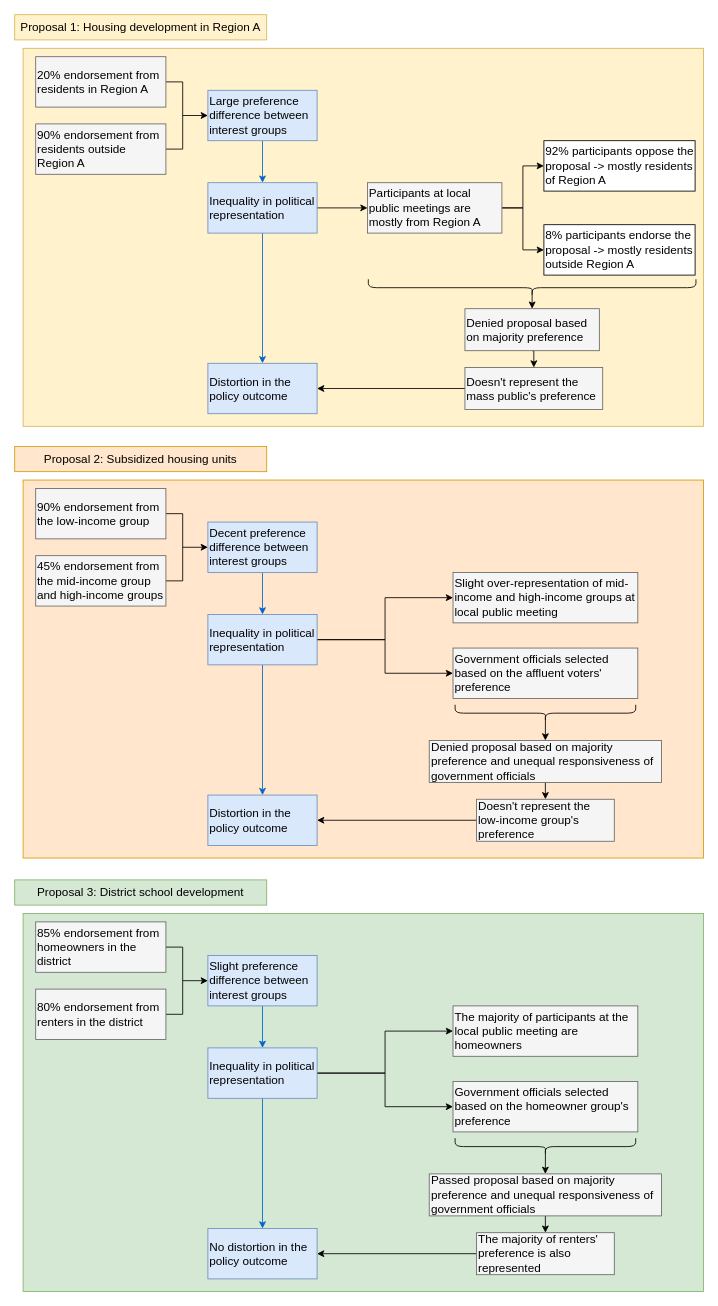
Earlier version of the draw.io diagram situations.drawio (changgge/changgge). Source tidied: cells renumbered, new cells numbered last; positions are measured from the earlier drawing's top-left corner, leaving out a move shared by most shapes. Both pictures are drawn from the tidied source at 84%, with x=0, y=0 at pixel (14, 14).
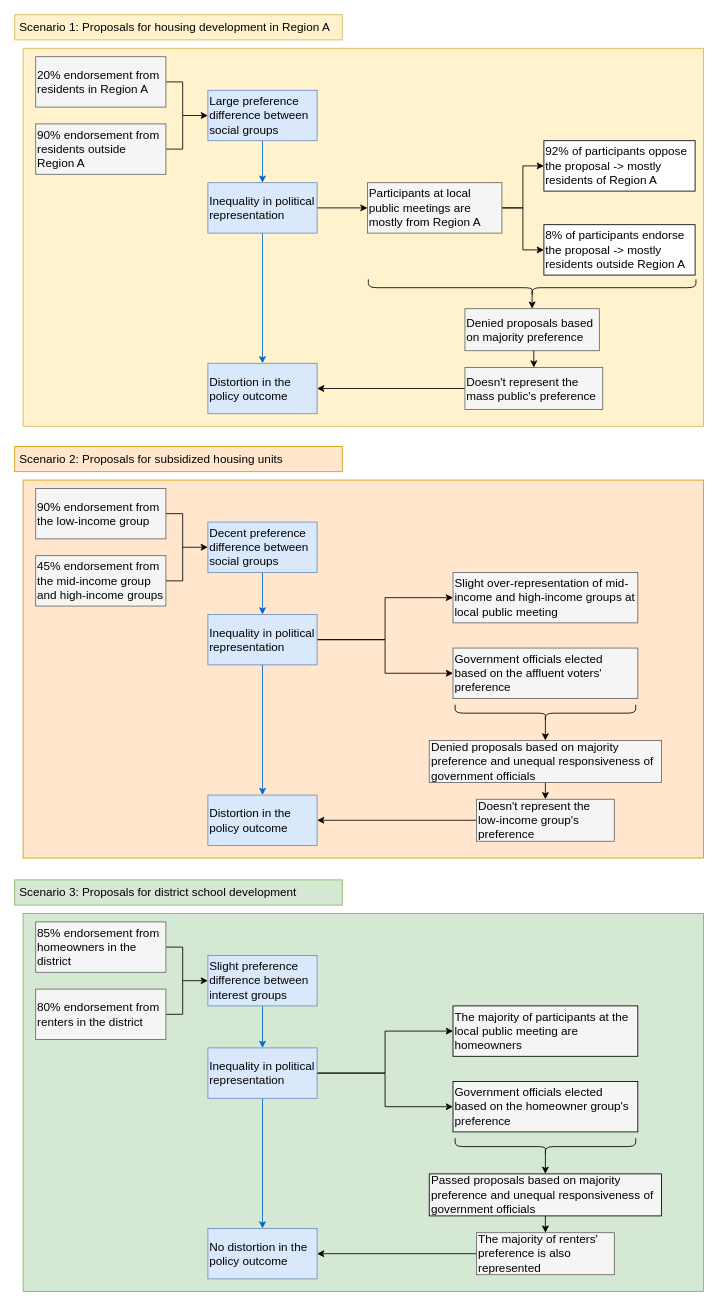
Above is the later version.

Change to the diagram source:
```diff
@@
-    <mxCell id="4" value="Proposal 1: Housing development in Region A" style="rounded=0;whiteSpace=wrap;html=1;fillColor=#fff2cc;strokeColor=#d6b656;fontSize=14;" parent="1" vertex="1">
-      <mxGeometry width="300" height="30" as="geometry" />
+    <mxCell id="4" value="&amp;nbsp;Scenario 1: Proposals for housing development in Region A" style="rounded=0;whiteSpace=wrap;html=1;fillColor=#fff2cc;strokeColor=#d6b656;fontSize=14;align=left;" parent="1" vertex="1">
+      <mxGeometry width="390" height="30" as="geometry" />
     </mxCell>
@@
-    <mxCell id="10" value="Large preference difference between interest groups" style="rounded=0;whiteSpace=wrap;html=1;fillColor=#dae8fc;strokeColor=#6c8ebf;align=left;fontSize=14;" parent="1" vertex="1">
+    <mxCell id="10" value="Large preference difference between social groups" style="rounded=0;whiteSpace=wrap;html=1;fillColor=#dae8fc;strokeColor=#6c8ebf;align=left;fontSize=14;" parent="1" vertex="1">
       <mxGeometry x="230" y="90" width="130" height="60" as="geometry" />
     </mxCell>
@@
-    <mxCell id="17" value="92% participants oppose the proposal -&amp;gt; mostly residents of Region A" style="rounded=0;whiteSpace=wrap;html=1;fontSize=14;align=left;" parent="1" vertex="1">
+    <mxCell id="17" value="92% of participants oppose the proposal -&amp;gt; mostly residents of Region A" style="rounded=0;whiteSpace=wrap;html=1;fontSize=14;align=left;" parent="1" vertex="1">
       <mxGeometry x="630" y="150" width="180" height="60" as="geometry" />
     </mxCell>
-    <mxCell id="18" value="8% participants endorse the proposal -&amp;gt; mostly residents outside Region A" style="rounded=0;whiteSpace=wrap;html=1;fontSize=14;align=left;" parent="1" vertex="1">
+    <mxCell id="18" value="8% of participants endorse the proposal -&amp;gt; mostly residents outside Region A" style="rounded=0;whiteSpace=wrap;html=1;fontSize=14;align=left;" parent="1" vertex="1">
       <mxGeometry x="630" y="250" width="180" height="60" as="geometry" />
     </mxCell>
@@
-    <mxCell id="22" value="Denied proposal based on majority preference" style="rounded=0;whiteSpace=wrap;html=1;fontSize=14;align=left;fillColor=#f5f5f5;fontColor=#000000;strokeColor=#666666;" parent="1" vertex="1">
+    <mxCell id="22" value="Denied proposals based on majority preference" style="rounded=0;whiteSpace=wrap;html=1;fontSize=14;align=left;fillColor=#f5f5f5;fontColor=#000000;strokeColor=#666666;" parent="1" vertex="1">
       <mxGeometry x="536" y="350" width="160" height="50" as="geometry" />
     </mxCell>
@@
-    <mxCell id="26" value="Proposal 2: Subsidized housing units" style="rounded=0;whiteSpace=wrap;html=1;fillColor=#ffe6cc;strokeColor=#d79b00;fontSize=14;" parent="1" vertex="1">
-      <mxGeometry y="514" width="300" height="30" as="geometry" />
+    <mxCell id="26" value="&amp;nbsp;Scenario 2: Proposals for subsidized housing units" style="rounded=0;whiteSpace=wrap;html=1;fillColor=#ffe6cc;strokeColor=#d79b00;fontSize=14;align=left;" parent="1" vertex="1">
+      <mxGeometry y="514" width="390" height="30" as="geometry" />
     </mxCell>
@@
-    <mxCell id="32" value="Decent preference difference between interest groups" style="rounded=0;whiteSpace=wrap;html=1;fillColor=#dae8fc;strokeColor=#6c8ebf;align=left;fontSize=14;" parent="1" vertex="1">
+    <mxCell id="32" value="Decent preference difference between social groups" style="rounded=0;whiteSpace=wrap;html=1;fillColor=#dae8fc;strokeColor=#6c8ebf;align=left;fontSize=14;" parent="1" vertex="1">
       <mxGeometry x="230" y="604" width="130" height="60" as="geometry" />
     </mxCell>
@@
-    <mxCell id="41" value="Denied proposal based on majority preference and unequal responsiveness of government officials" style="rounded=0;whiteSpace=wrap;html=1;fontSize=14;align=left;fillColor=#f5f5f5;fontColor=#000000;strokeColor=#666666;" parent="1" vertex="1">
+    <mxCell id="41" value="Denied proposals based on majority preference and unequal responsiveness of government officials" style="rounded=0;whiteSpace=wrap;html=1;fontSize=14;align=left;fillColor=#f5f5f5;fontColor=#000000;strokeColor=#666666;" parent="1" vertex="1">
       <mxGeometry x="493.5" y="864" width="276.5" height="50" as="geometry" />
     </mxCell>
@@
-    <mxCell id="45" value="Government officials selected based on the affluent voters' preference" style="rounded=0;whiteSpace=wrap;html=1;fontSize=14;align=left;fillColor=#f5f5f5;fontColor=#000000;strokeColor=#666666;" parent="1" vertex="1">
+    <mxCell id="45" value="Government officials elected based on the affluent voters' preference" style="rounded=0;whiteSpace=wrap;html=1;fontSize=14;align=left;fillColor=#f5f5f5;fontColor=#000000;strokeColor=#666666;" parent="1" vertex="1">
       <mxGeometry x="521.8" y="754" width="220" height="60" as="geometry" />
     </mxCell>
@@
-    <mxCell id="47" value="Proposal 3: District school development" style="rounded=0;whiteSpace=wrap;html=1;fillColor=#d5e8d4;strokeColor=#82b366;fontSize=14;" parent="1" vertex="1">
-      <mxGeometry y="1030" width="300" height="30" as="geometry" />
+    <mxCell id="47" value="&amp;nbsp;Scenario&amp;nbsp;3: Proposals for district school development" style="rounded=0;whiteSpace=wrap;html=1;fillColor=#d5e8d4;strokeColor=#82b366;fontSize=14;align=left;" parent="1" vertex="1">
+      <mxGeometry y="1030" width="390" height="30" as="geometry" />
     </mxCell>
@@
-    <mxCell id="58" value="The majority of participants at the local public meeting are homeowners" style="rounded=0;whiteSpace=wrap;html=1;fontSize=14;align=left;fillColor=#f5f5f5;fontColor=#000000;strokeColor=#666666;" parent="1" vertex="1">
+    <mxCell id="58" value="The majority of participants at the local public meeting are homeowners" style="rounded=0;whiteSpace=wrap;html=1;fontSize=14;align=left;fillColor=#f5f5f5;fontColor=#000000;strokeColor=#000000;" parent="1" vertex="1">
       <mxGeometry x="521.8" y="1180" width="220" height="60" as="geometry" />
     </mxCell>
@@
-    <mxCell id="62" value="Passed proposal based on majority preference and unequal responsiveness of government officials" style="rounded=0;whiteSpace=wrap;html=1;fontSize=14;align=left;fillColor=#f5f5f5;fontColor=#000000;strokeColor=#666666;" parent="1" vertex="1">
+    <mxCell id="62" value="Passed proposals based on majority preference and unequal responsiveness of government officials" style="rounded=0;whiteSpace=wrap;html=1;fontSize=14;align=left;fillColor=#f5f5f5;fontColor=#000000;strokeColor=#000000;" parent="1" vertex="1">
       <mxGeometry x="493.5" y="1380" width="276.5" height="50" as="geometry" />
     </mxCell>
@@
-    <mxCell id="66" value="Government officials selected based on the homeowner group's preference" style="rounded=0;whiteSpace=wrap;html=1;fontSize=14;align=left;fillColor=#f5f5f5;fontColor=#000000;strokeColor=#666666;" parent="1" vertex="1">
+    <mxCell id="66" value="Government officials elected based on the homeowner group's preference" style="rounded=0;whiteSpace=wrap;html=1;fontSize=14;align=left;fillColor=#f5f5f5;fontColor=#000000;strokeColor=#000000;" parent="1" vertex="1">
       <mxGeometry x="521.8" y="1270" width="220" height="60" as="geometry" />
     </mxCell>
```
